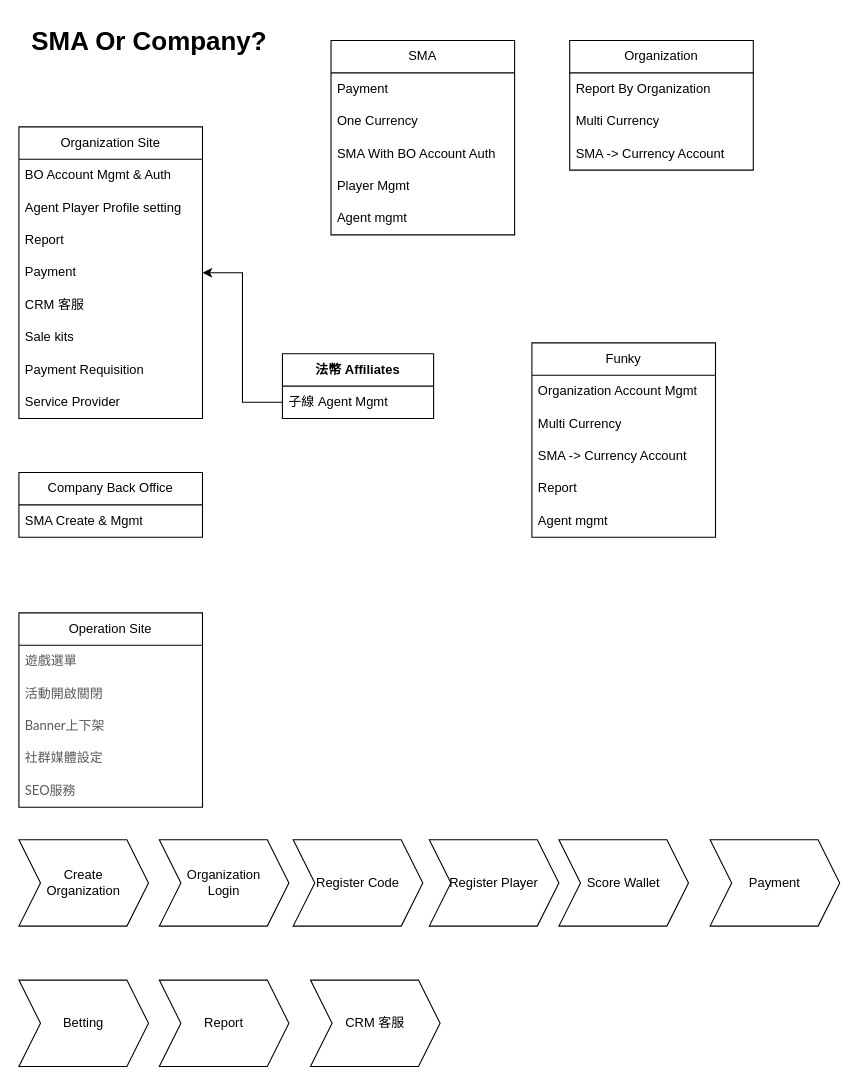
ZoeHYH/Bluewhale keeps this draw.io diagram as page "Backoffice" (4 of 6) of Bluewhale.drawio. Above is the earlier version. Source tidied: cells renumbered, new cells numbered last; positions are measured from the earlier drawing's top-left corner, leaving out a move shared by most shapes. Both pictures are drawn from the tidied source at 108%, with x=0, y=0 at pixel (18, 18).
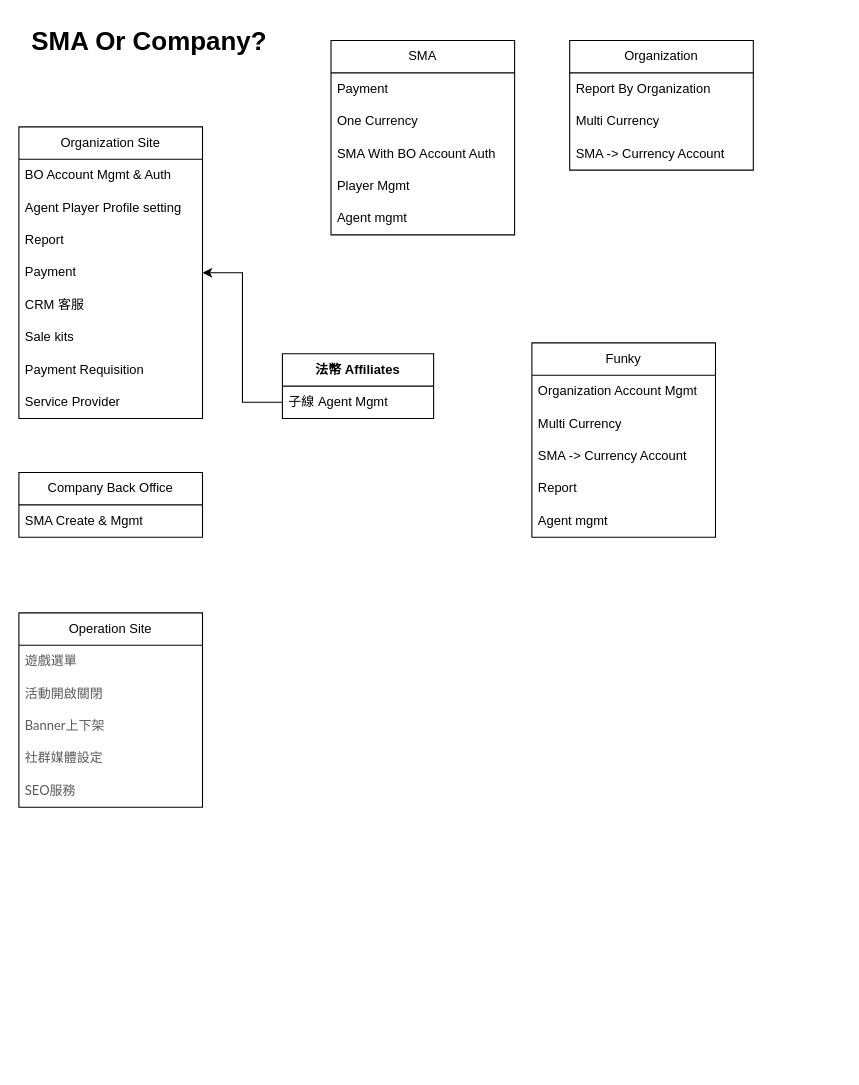
The same page after the edit.

What changed in the source:
```diff
@@
-    <mxCell id="23" value="Create &lt;br&gt;Organization" style="shape=step;perimeter=stepPerimeter;whiteSpace=wrap;html=1;fixedSize=1;" parent="1" vertex="1">
-      <mxGeometry y="760" width="120" height="80" as="geometry" />
-    </mxCell>
-    <mxCell id="24" value="Organization&lt;br&gt;Login" style="shape=step;perimeter=stepPerimeter;whiteSpace=wrap;html=1;fixedSize=1;" parent="1" vertex="1">
-      <mxGeometry x="130" y="760" width="120" height="80" as="geometry" />
-    </mxCell>
-    <mxCell id="25" value="Register Code" style="shape=step;perimeter=stepPerimeter;whiteSpace=wrap;html=1;fixedSize=1;" parent="1" vertex="1">
-      <mxGeometry x="254" y="760" width="120" height="80" as="geometry" />
-    </mxCell>
-    <mxCell id="26" value="Register Player" style="shape=step;perimeter=stepPerimeter;whiteSpace=wrap;html=1;fixedSize=1;" parent="1" vertex="1">
-      <mxGeometry x="380" y="760" width="120" height="80" as="geometry" />
-    </mxCell>
-    <mxCell id="27" value="Report" style="shape=step;perimeter=stepPerimeter;whiteSpace=wrap;html=1;fixedSize=1;" parent="1" vertex="1">
-      <mxGeometry x="130" y="890" width="120" height="80" as="geometry" />
-    </mxCell>
-    <mxCell id="28" value="CRM 客服" style="shape=step;perimeter=stepPerimeter;whiteSpace=wrap;html=1;fixedSize=1;" parent="1" vertex="1">
-      <mxGeometry x="270" y="890" width="120" height="80" as="geometry" />
-    </mxCell>
-    <mxCell id="29" value="Betting" style="shape=step;perimeter=stepPerimeter;whiteSpace=wrap;html=1;fixedSize=1;" parent="1" vertex="1">
-      <mxGeometry y="890" width="120" height="80" as="geometry" />
-    </mxCell>
-    <mxCell id="30" value="Score Wallet" style="shape=step;perimeter=stepPerimeter;whiteSpace=wrap;html=1;fixedSize=1;" parent="1" vertex="1">
-      <mxGeometry x="500" y="760" width="120" height="80" as="geometry" />
-    </mxCell>
-    <mxCell id="31" value="Payment" style="shape=step;perimeter=stepPerimeter;whiteSpace=wrap;html=1;fixedSize=1;" parent="1" vertex="1">
-      <mxGeometry x="640" y="760" width="120" height="80" as="geometry" />
-    </mxCell>
```
